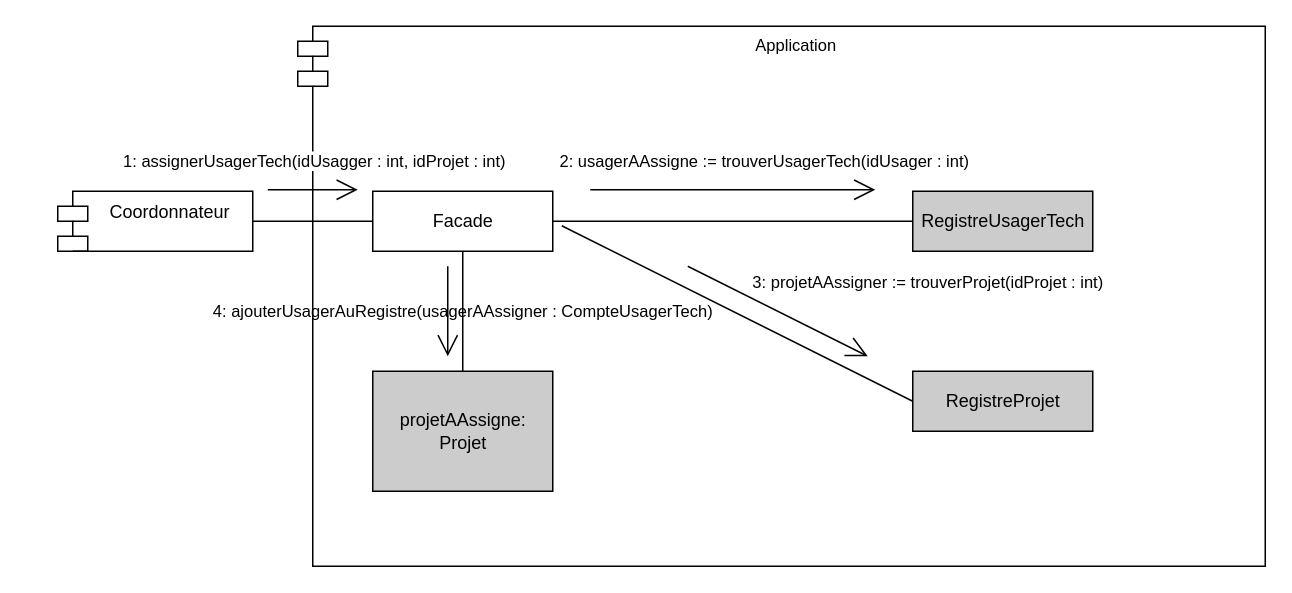
Earlier version of the draw.io diagram Diagrammes de conception/Diagrammes de communication/AssignerUsagerTech.drawio (ChristWasTaken/Projet-Conception-et-Archictecture). Source tidied: cells renumbered, new cells numbered last; positions are measured from the earlier drawing's top-left corner, leaving out a move shared by most shapes. Both pictures are drawn from the tidied source at 150%, with x=0, y=0 at pixel (57, 26).
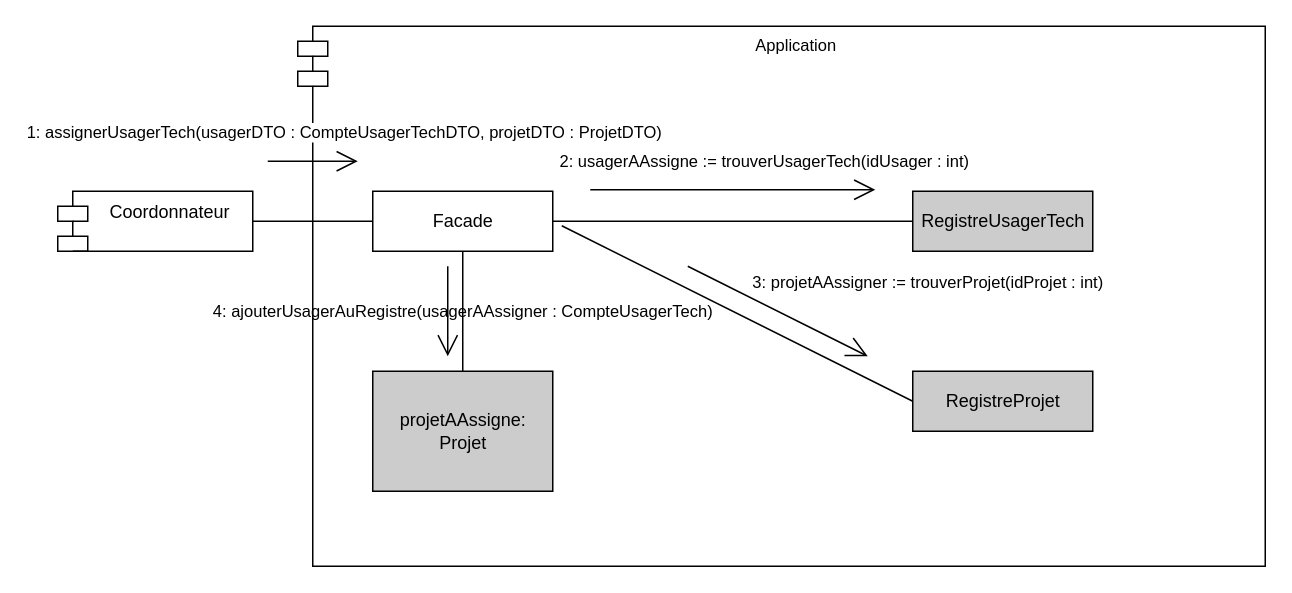
The same page after the edit.

What changed in the source:
```diff
@@
     <mxCell id="6" style="endArrow=open;endFill=1;endSize=12;html=1;rounded=0;fontSize=12;" parent="1" edge="1">
       <mxGeometry relative="1" as="geometry">
-        <mxPoint x="140" y="109" as="sourcePoint" />
-        <mxPoint x="200" y="109" as="targetPoint" />
+        <mxPoint x="140" y="90" as="sourcePoint" />
+        <mxPoint x="200" y="90" as="targetPoint" />
       </mxGeometry>
     </mxCell>
-    <mxCell id="7" value="1: assignerUsagerTech(idUsagger : int, idProjet : int)" style="edgeLabel;html=1;align=center;verticalAlign=middle;fontSize=11;" parent="6" vertex="1">
+    <mxCell id="7" value="1: assignerUsagerTech(usagerDTO : CompteUsagerTechDTO, projetDTO : ProjetDTO)" style="edgeLabel;html=1;align=center;verticalAlign=middle;fontSize=11;" parent="6" vertex="1">
       <mxGeometry x="0.3" y="1" relative="1" as="geometry">
-        <mxPoint x="-9" y="-19" as="offset" />
+        <mxPoint x="11" y="-19" as="offset" />
       </mxGeometry>
     </mxCell>
```
